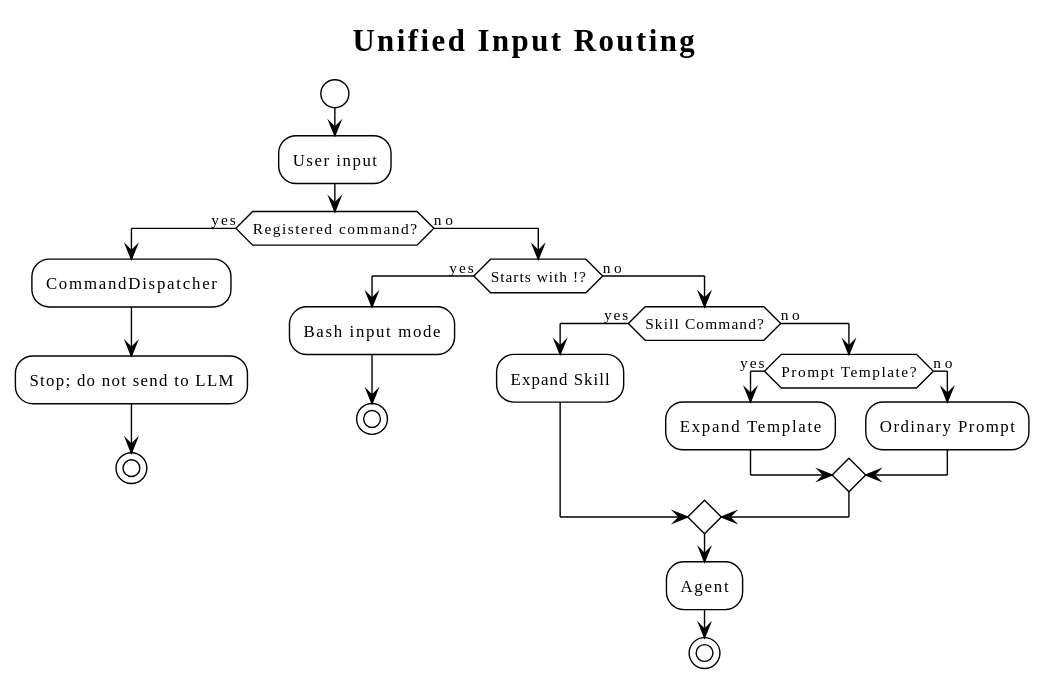
The PlantUML diagram diagrams/command/06-input-routing.svg in superheromeZzh/pi-mono-java-design, before a commit.
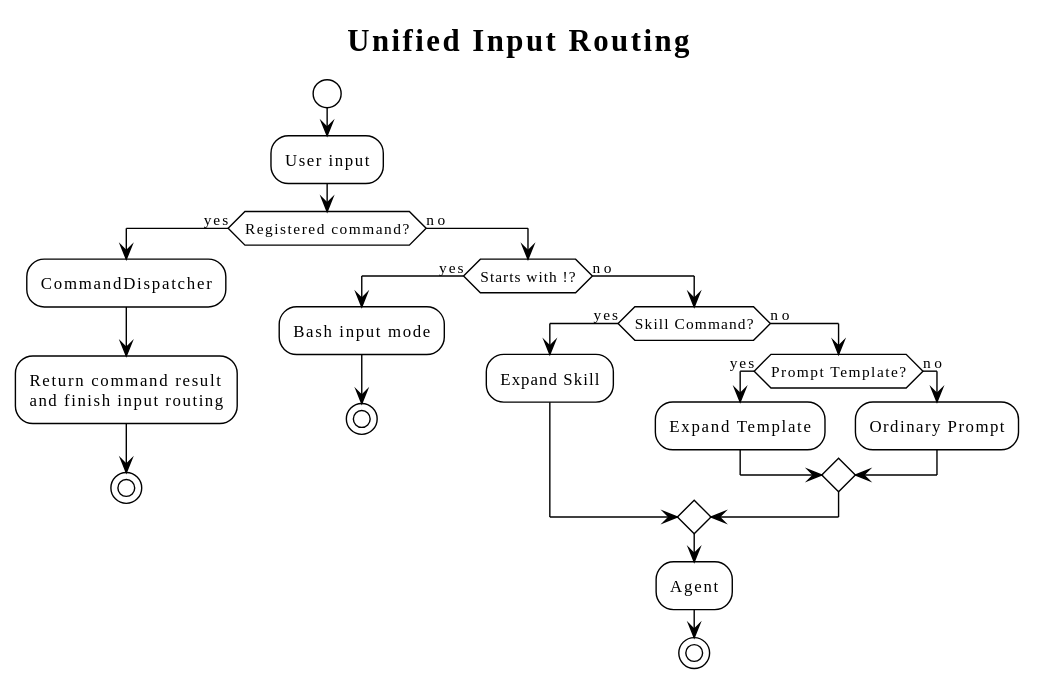
Above is the later version.

Commit message:
docs: clarify Java command contracts

Change to the diagram source:
```diff
@@ -10,7 +10,7 @@
 :User input;
 if (Registered command?) then (yes)
   :CommandDispatcher;
-  :Stop; do not send to LLM;
+  :Return command result\nand finish input routing;
   stop
 else (no)
   if (Starts with !?) then (yes)
```
